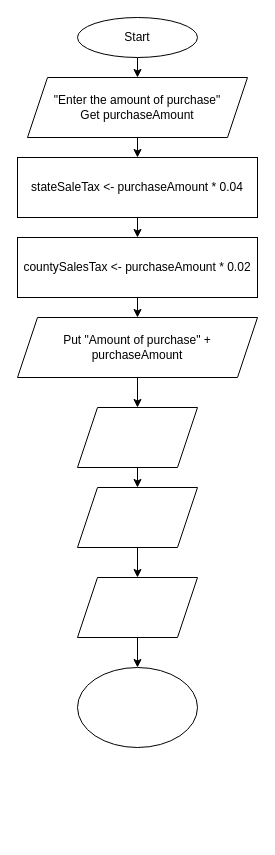
Above: Untitled Diagram.drawio in Bhumi-Lakhani/program-logic (draw.io), before the change. Source tidied: cells renumbered, new cells numbered last; positions are measured from the earlier drawing's top-left corner, leaving out a move shared by most shapes. Both pictures are drawn from the tidied source at 100%, with x=0, y=0 at pixel (17, 17).
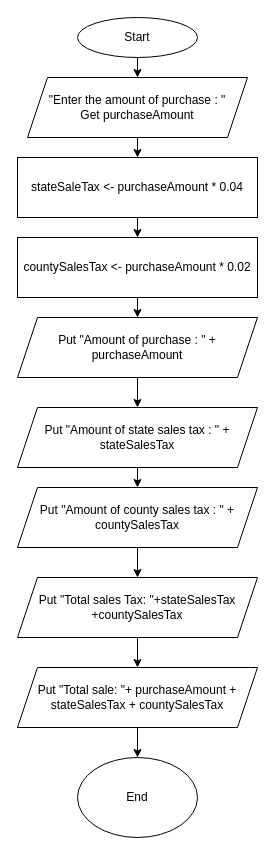
The same diagram, later.

Change to the diagram source:
```diff
@@
-    <mxCell id="3" value="&quot;Enter the amount of purchase&quot;&lt;br&gt;Get purchaseAmount" style="shape=parallelogram;perimeter=parallelogramPerimeter;whiteSpace=wrap;html=1;fixedSize=1;" parent="1" vertex="1">
+    <mxCell id="3" value="&quot;Enter the amount of purchase : &quot;&lt;br&gt;Get purchaseAmount" style="shape=parallelogram;perimeter=parallelogramPerimeter;whiteSpace=wrap;html=1;fixedSize=1;" parent="1" vertex="1">
       <mxGeometry x="10" y="60" width="220" height="60" as="geometry" />
     </mxCell>
@@
-    <mxCell id="6" style="shape=parallelogram;perimeter=parallelogramPerimeter;whiteSpace=wrap;html=1;fixedSize=1;" parent="1" vertex="1">
-      <mxGeometry x="60" y="390" width="120" height="60" as="geometry" />
+    <mxCell id="6" value="Put &quot;Amount of state sales tax : &quot; + stateSalesTax" style="shape=parallelogram;perimeter=parallelogramPerimeter;whiteSpace=wrap;html=1;fixedSize=1;" parent="1" vertex="1">
+      <mxGeometry y="390" width="240" height="60" as="geometry" />
     </mxCell>
-    <mxCell id="7" style="shape=parallelogram;perimeter=parallelogramPerimeter;whiteSpace=wrap;html=1;fixedSize=1;" parent="1" vertex="1">
-      <mxGeometry x="60" y="470" width="120" height="60" as="geometry" />
+    <mxCell id="7" value="Put &quot;Amount of county sales tax : &quot; + countySalesTax" style="shape=parallelogram;perimeter=parallelogramPerimeter;whiteSpace=wrap;html=1;fixedSize=1;" parent="1" vertex="1">
+      <mxGeometry y="470" width="240" height="60" as="geometry" />
     </mxCell>
-    <mxCell id="8" style="shape=parallelogram;perimeter=parallelogramPerimeter;whiteSpace=wrap;html=1;fixedSize=1;" parent="1" vertex="1">
-      <mxGeometry x="60" y="560" width="120" height="60" as="geometry" />
+    <mxCell id="8" value="Put &quot;Total sales Tax: &quot;+stateSalesTax +countySalesTax" style="shape=parallelogram;perimeter=parallelogramPerimeter;whiteSpace=wrap;html=1;fixedSize=1;" parent="1" vertex="1">
+      <mxGeometry y="560" width="240" height="60" as="geometry" />
     </mxCell>
-    <mxCell id="9" value="Put &quot;Amount of purchase&quot; + purchaseAmount" style="shape=parallelogram;perimeter=parallelogramPerimeter;whiteSpace=wrap;html=1;fixedSize=1;" parent="1" vertex="1">
+    <mxCell id="9" value="Put &quot;Amount of purchase : &quot; + purchaseAmount" style="shape=parallelogram;perimeter=parallelogramPerimeter;whiteSpace=wrap;html=1;fixedSize=1;" parent="1" vertex="1">
       <mxGeometry y="300" width="240" height="60" as="geometry" />
     </mxCell>
-    <mxCell id="10" style="ellipse;whiteSpace=wrap;html=1;" parent="1" vertex="1">
-      <mxGeometry x="60" y="650" width="120" height="80" as="geometry" />
+    <mxCell id="10" value="End" style="ellipse;whiteSpace=wrap;html=1;" parent="1" vertex="1">
+      <mxGeometry x="60" y="740" width="120" height="80" as="geometry" />
     </mxCell>
-    <mxCell id="11" style="endArrow=classic;html=1;exitX=0.5;exitY=1;exitDx=0;exitDy=0;entryX=0.5;entryY=0;entryDx=0;entryDy=0;" parent="1" edge="1" source="8" target="10">
-      <mxGeometry relative="1" as="geometry" />
-    </mxCell>
@@
+    <mxCell id="19" value="Put &quot;Total sale: &quot;+ purchaseAmount + stateSalesTax + countySalesTax" style="shape=parallelogram;perimeter=parallelogramPerimeter;whiteSpace=wrap;html=1;fixedSize=1;" parent="1" vertex="1">
+      <mxGeometry y="650" width="240" height="60" as="geometry" />
+    </mxCell>
+    <mxCell id="20" style="endArrow=classic;html=1;exitX=0.5;exitY=1;exitDx=0;exitDy=0;entryX=0.5;entryY=0;entryDx=0;entryDy=0;" parent="1" edge="1" source="19" target="10">
+      <mxGeometry relative="1" as="geometry" />
+    </mxCell>
+    <mxCell id="21" style="endArrow=classic;html=1;exitX=0.5;exitY=1;exitDx=0;exitDy=0;entryX=0.5;entryY=0;entryDx=0;entryDy=0;" parent="1" edge="1" source="8" target="19">
+      <mxGeometry relative="1" as="geometry" />
+    </mxCell>
```
